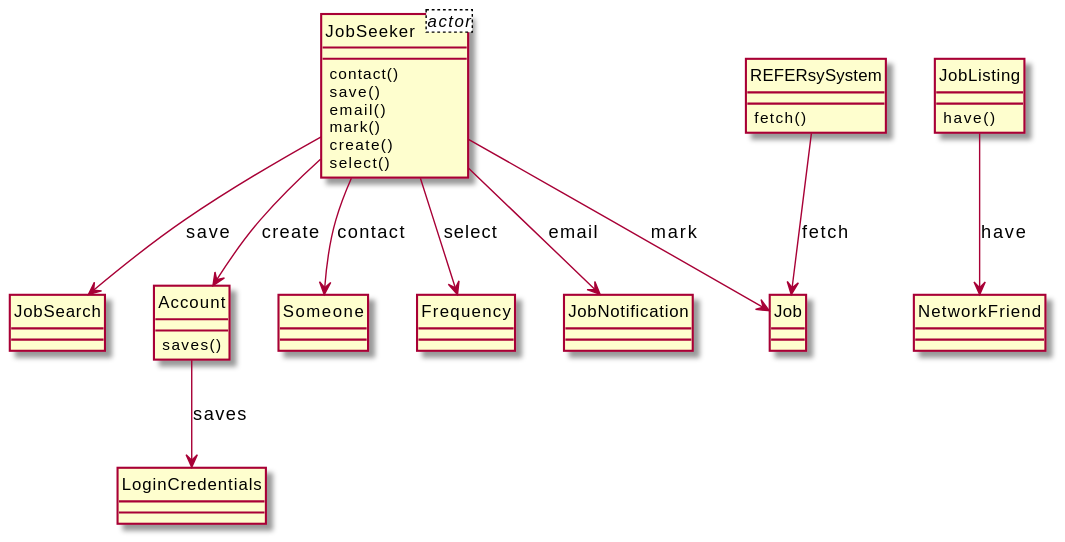
Above: output/diagram_5/2014-USC-Project10.svg in xixixhalu/DomainModelExtractor (PlantUML), before the change.
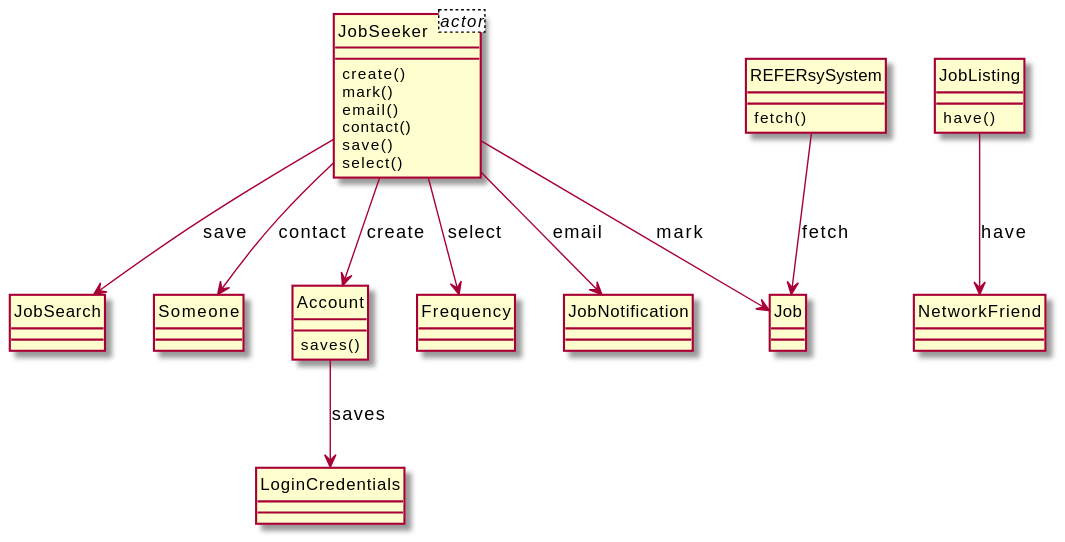
Above is the later version.

The edit, as a diff of the source:
```diff
@@ -3,43 +3,43 @@
 class JobSeeker<actor> {
 }
 class JobSeeker {
+	create()
+	mark()
+	email()
 	contact()
 	save()
-	email()
-	mark()
-	create()
 	select()
 }
-class Someone {
+class JobNotification {
+}
+class REFERsySystem {
+	fetch()
+}
+class Job {
 }
 class JobSearch {
 }
-class Account {
-	saves()
-}
-class LoginCredentials {
-}
-class Job {
-}
-class Frequency {
-}
-class REFERsySystem {
-	fetch()
+class Someone {
 }
 class JobListing {
 	have()
 }
 class NetworkFriend {
 }
-class JobNotification {
+class Account {
+	saves()
 }
+class Frequency {
+}
+class LoginCredentials {
+}
+JobSeeker --> Job : mark
 JobSeeker --> Account : create
+JobSeeker --> Someone : contact
+REFERsySystem --> Job : fetch
+JobSeeker --> JobNotification : email
+JobSeeker --> Frequency : select
 JobSeeker --> JobSearch : save
-REFERsySystem --> Job : fetch
-JobSeeker --> Job : mark
-JobSeeker --> Someone : contact
 JobListing --> NetworkFriend : have
-JobSeeker --> Frequency : select
 Account --> LoginCredentials : saves
-JobSeeker --> JobNotification : email
 @enduml
```
